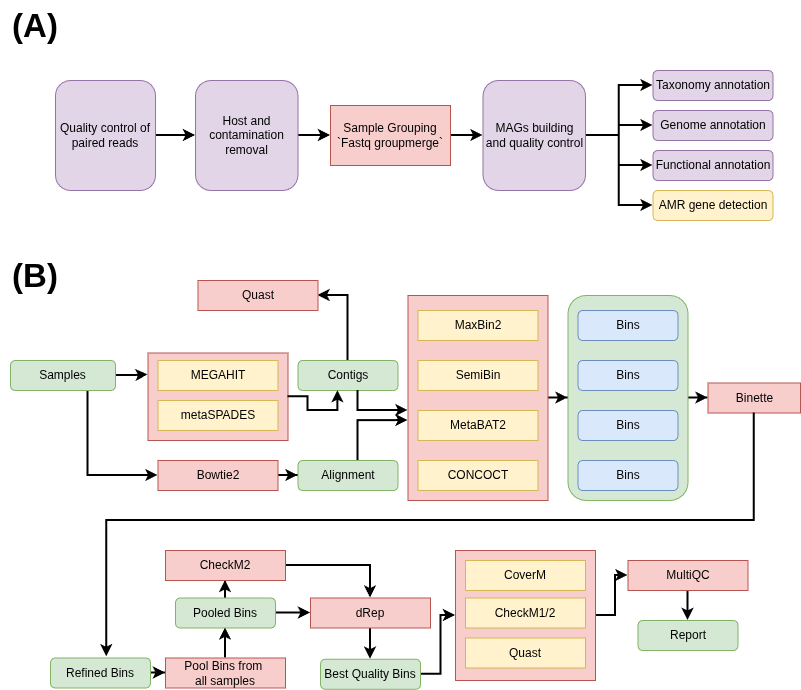
This is Docs/Publication/FAIRyMAGs flowchart.drawio.png from usegalaxy-eu/FAIRyMAGs, a draw.io export, as it was before one commit. Source tidied: cells renumbered, new cells last; positions are measured from the earlier drawing's top-left corner, leaving out a move shared by most shapes.
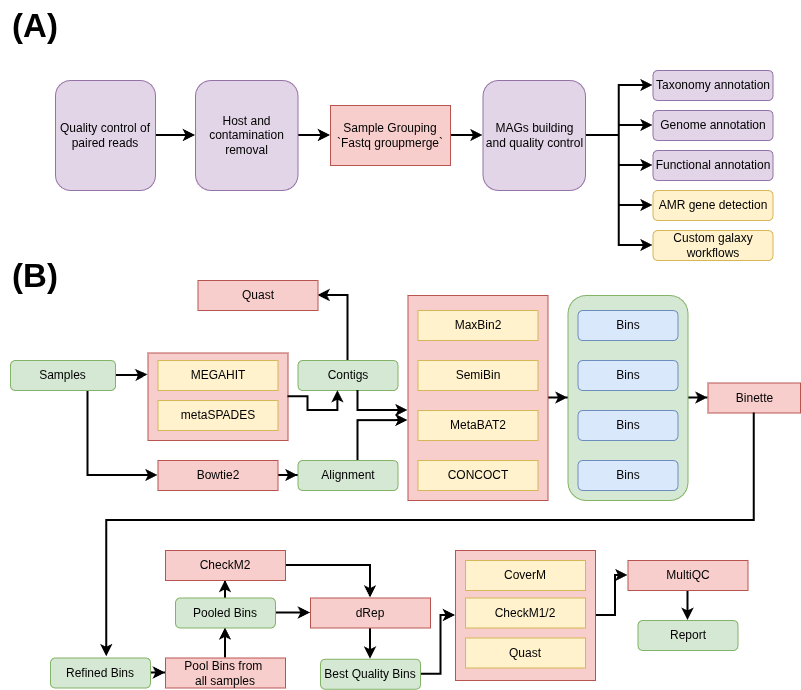
After the change.

What changed in the source:
```diff
@@ -216,6 +216,9 @@
     <mxCell id="65" style="edgeStyle=orthogonalEdgeStyle;rounded=0;jettySize=auto;html=1;entryX=0;entryY=0.5;entryDx=0;entryDy=0;strokeWidth=2;" parent="1" edge="1" source="66" target="60">
       <mxGeometry relative="1" as="geometry" />
     </mxCell>
+    <mxCell id="70" style="edgeStyle=orthogonalEdgeStyle;rounded=0;jettySize=auto;html=1;entryX=0;entryY=0.5;entryDx=0;entryDy=0;strokeWidth=2;" parent="1" edge="1" source="66" target="71">
+      <mxGeometry relative="1" as="geometry" />
+    </mxCell>
     <mxCell id="66" value="MAGs building and quality control" style="rounded=1;whiteSpace=wrap;html=1;fillColor=#e1d5e7;strokeColor=#9673a6;" parent="1" vertex="1">
       <mxGeometry x="482.5" y="80" width="102.5" height="110" as="geometry" />
     </mxCell>
@@ -228,5 +231,8 @@
     <mxCell id="69" value="&lt;b&gt;&lt;font style=&quot;font-size: 33px;&quot;&gt;(B)&lt;/font&gt;&lt;/b&gt;" style="text;html=1;whiteSpace=wrap;strokeColor=none;fillColor=none;align=center;verticalAlign=middle;rounded=0;" parent="1" vertex="1">
       <mxGeometry y="250" width="70" height="50" as="geometry" />
     </mxCell>
+    <mxCell id="71" value="Custom galaxy workflows" style="rounded=1;whiteSpace=wrap;html=1;fillColor=#fff2cc;strokeColor=#d6b656;" parent="1" vertex="1">
+      <mxGeometry x="652.5" y="230" width="120" height="30" as="geometry" />
+    </mxCell>
   </root>
 </mxGraphModel>
```
